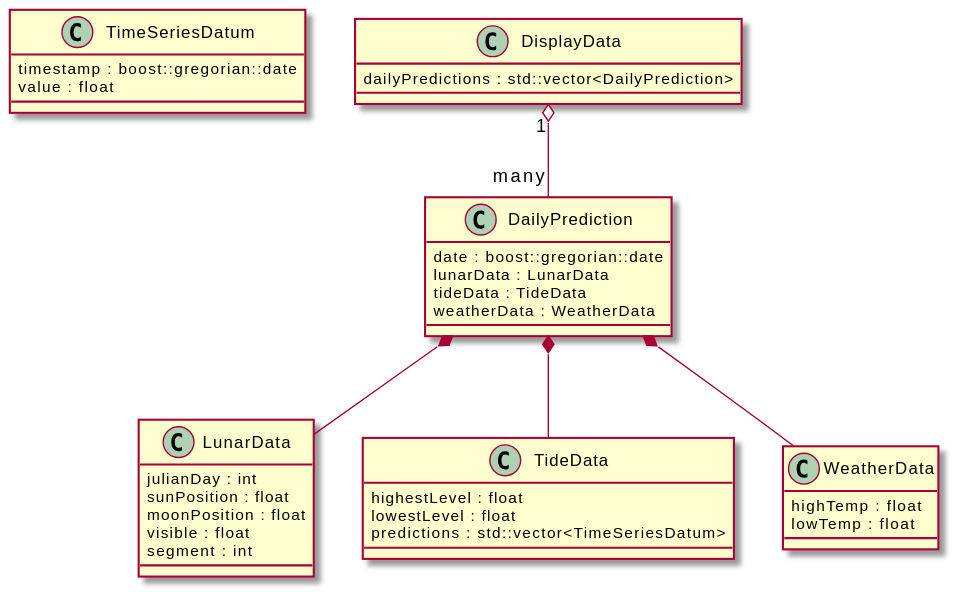
This is docs/DisplayDataClasses.svg from ciroque/tidal, a PlantUML export, as it was before one commit.
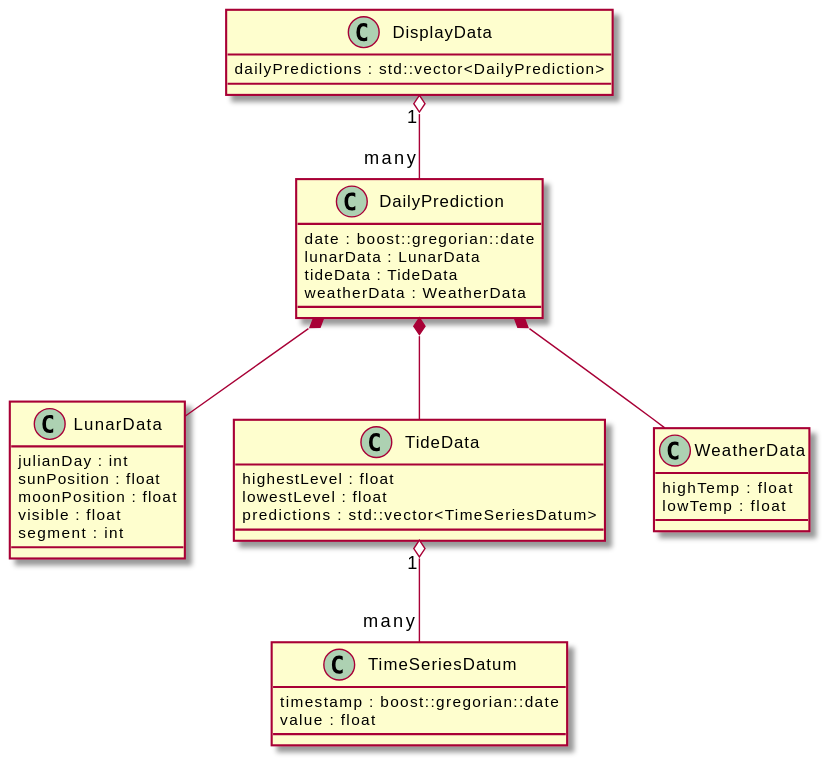
After the change.

Commit message:
Updates documentation for DisplayData hierarchy (#10)

The edit, as a diff of the source:
```diff
@@ -39,7 +39,7 @@
 DailyPrediction *-- LunarData
 DailyPrediction *-- TideData
 DailyPrediction *-- WeatherData
-
+TideData "1" o-- "many" TimeSeriesDatum
 
 
 @enduml
```
